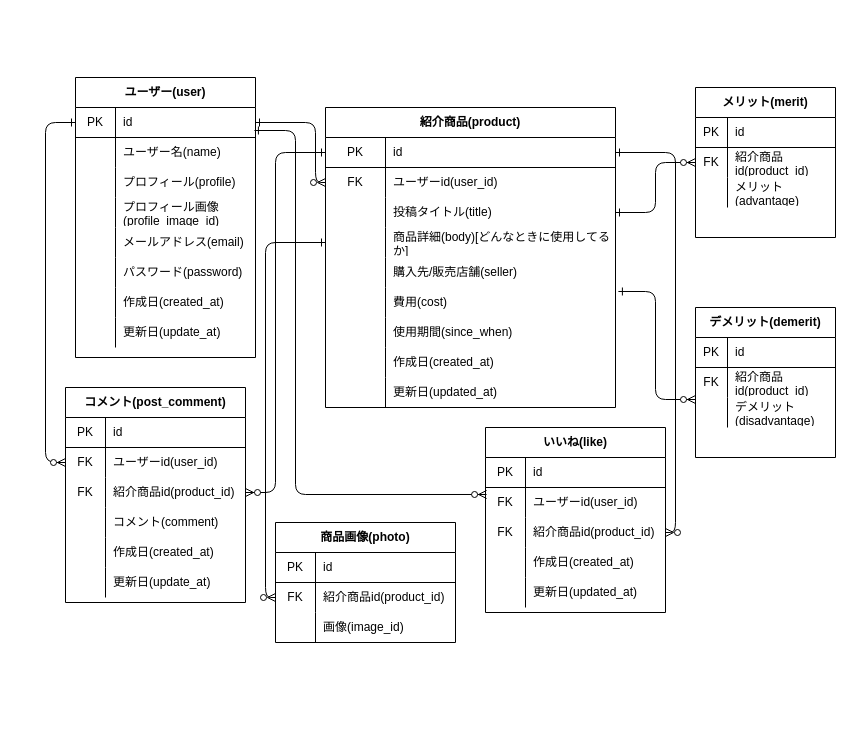
Above: 名称未設定ファイル.drawio in couplee/cake (draw.io), before the change. Source tidied: cells renumbered, new cells numbered last; positions are measured from the earlier drawing's top-left corner, leaving out a move shared by most shapes. Both pictures are drawn from the tidied source at 100%, with x=0, y=0 at pixel (45, 77).
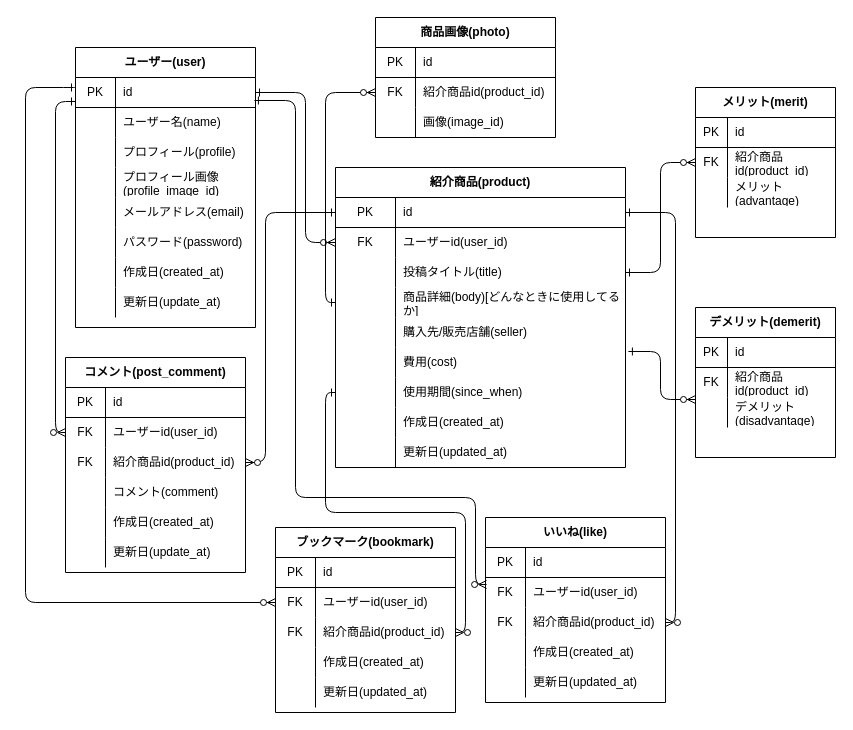
After the change.

Commit message:
名称未設定ファイル.drawio を更新します

The change refers to these unchanged cells:
```xml
<mxCell id="3" style="shape=partialRectangle;html=1;whiteSpace=wrap;fillColor=none;top=0;left=0;bottom=1;right=0;points=[[0,0.5],[1,0.5]];portConstraint=eastwest;" parent="2" vertex="1">
  <mxGeometry y="30" width="180" height="30" as="geometry" />
</mxCell>
<mxCell id="28" style="shape=partialRectangle;html=1;whiteSpace=wrap;fillColor=none;top=0;left=0;bottom=1;right=0;points=[[0,0.5],[1,0.5]];portConstraint=eastwest;" parent="27" vertex="1">
  <mxGeometry y="30" width="290" height="30" as="geometry" />
</mxCell>
<mxCell id="31" style="shape=partialRectangle;html=1;whiteSpace=wrap;fillColor=none;top=0;left=0;bottom=0;right=0;points=[[0,0.5],[1,0.5]];portConstraint=eastwest;" parent="27" vertex="1">
  <mxGeometry y="60" width="290" height="30" as="geometry" />
</mxCell>
<mxCell id="46" style="shape=partialRectangle;html=1;whiteSpace=wrap;fillColor=none;top=0;left=0;bottom=0;right=0;points=[[0,0.5],[1,0.5]];portConstraint=eastwest;" parent="27" vertex="1">
  <mxGeometry y="210" width="290" height="30" as="geometry" />
</mxCell>
<mxCell id="60" style="shape=partialRectangle;html=1;whiteSpace=wrap;fillColor=none;top=0;left=0;bottom=0;right=0;points=[[0,0.5],[1,0.5]];portConstraint=eastwest;" parent="56" vertex="1">
  <mxGeometry y="60" width="180" height="30" as="geometry" />
</mxCell>
<mxCell id="63" style="shape=partialRectangle;html=1;whiteSpace=wrap;fillColor=none;top=0;left=0;bottom=0;right=0;points=[[0,0.5],[1,0.5]];portConstraint=eastwest;" parent="56" vertex="1">
  <mxGeometry y="90" width="180" height="30" as="geometry" />
</mxCell>
<mxCell id="81" style="shape=partialRectangle;html=1;whiteSpace=wrap;fillColor=none;top=0;left=0;bottom=0;right=0;points=[[0,0.5],[1,0.5]];portConstraint=eastwest;" parent="77" vertex="1">
  <mxGeometry y="60" width="180" height="30" as="geometry" />
</mxCell>
```

The edit, as a diff of the source:
```diff
@@
     <mxCell id="2" value="ユーザー(user)" style="shape=table;html=1;whiteSpace=wrap;startSize=30;childLayout=tableLayout;rowLines=0;fontStyle=1;align=center;" parent="1" vertex="1">
-      <mxGeometry x="30" width="180" height="280" as="geometry" />
+      <mxGeometry x="30" y="-30" width="180" height="280" as="geometry" />
     </mxCell>
@@
     <mxCell id="27" value="紹介商品(product)" style="shape=table;html=1;whiteSpace=wrap;startSize=30;childLayout=tableLayout;rowLines=0;fontStyle=1;align=center;" parent="1" vertex="1">
-      <mxGeometry x="280" y="30" width="290" height="300" as="geometry" />
+      <mxGeometry x="290" y="90" width="290" height="300" as="geometry" />
     </mxCell>
@@
     <mxCell id="55" style="endArrow=ERzeroToMany;html=1;exitX=1;exitY=0.5;exitDx=0;exitDy=0;edgeStyle=orthogonalEdgeStyle;startArrow=ERone;startFill=0;endFill=1;" parent="1" edge="1" source="3" target="31">
       <mxGeometry relative="1" as="geometry">
         <Array as="points">
-          <mxPoint x="270" y="45" />
-          <mxPoint x="270" y="105" />
+          <mxPoint x="260" y="15" />
+          <mxPoint x="260" y="165" />
         </Array>
       </mxGeometry>
     </mxCell>
     <mxCell id="56" value="コメント(post_comment)" style="shape=table;html=1;whiteSpace=wrap;startSize=30;childLayout=tableLayout;rowLines=0;fontStyle=1;align=center;" parent="1" vertex="1">
-      <mxGeometry x="20" y="310" width="180" height="215" as="geometry" />
+      <mxGeometry x="20" y="280" width="180" height="215" as="geometry" />
     </mxCell>
@@
-    <mxCell id="75" style="endArrow=ERzeroToMany;html=1;entryX=0;entryY=0.5;entryDx=0;entryDy=0;edgeStyle=orthogonalEdgeStyle;startArrow=ERone;startFill=0;endFill=1;exitX=0;exitY=0.5;exitDx=0;exitDy=0;" parent="1" edge="1" source="3" target="60">
-      <mxGeometry relative="1" as="geometry">
-        <Array as="points">
-          <mxPoint y="45" />
-          <mxPoint y="385" />
-        </Array>
-      </mxGeometry>
+    <mxCell id="75" style="endArrow=ERzeroToMany;html=1;entryX=0;entryY=0.5;entryDx=0;entryDy=0;edgeStyle=orthogonalEdgeStyle;startArrow=ERone;startFill=0;endFill=1;exitX=0;exitY=0.8;exitDx=0;exitDy=0;exitPerimeter=0;" parent="1" edge="1" source="3" target="60">
+      <mxGeometry relative="1" as="geometry" />
     </mxCell>
     <mxCell id="76" style="endArrow=ERzeroToMany;html=1;exitX=0;exitY=0.5;exitDx=0;exitDy=0;entryX=1;entryY=0.5;entryDx=0;entryDy=0;edgeStyle=orthogonalEdgeStyle;startArrow=ERone;startFill=0;endFill=1;" parent="1" edge="1" source="28" target="63">
       <mxGeometry relative="1" as="geometry">
         <Array as="points">
-          <mxPoint x="230" y="75" />
-          <mxPoint x="230" y="415" />
+          <mxPoint x="220" y="135" />
+          <mxPoint x="220" y="385" />
         </Array>
       </mxGeometry>
     </mxCell>
     <mxCell id="77" value="いいね(like)" style="shape=table;html=1;whiteSpace=wrap;startSize=30;childLayout=tableLayout;rowLines=0;fontStyle=1;align=center;" parent="1" vertex="1">
-      <mxGeometry x="440" y="350" width="180" height="185" as="geometry" />
+      <mxGeometry x="440" y="440" width="180" height="185" as="geometry" />
     </mxCell>
@@
     <mxCell id="93" style="endArrow=ERzeroToMany;html=1;exitX=0.994;exitY=0.767;exitDx=0;exitDy=0;exitPerimeter=0;edgeStyle=orthogonalEdgeStyle;startArrow=ERone;startFill=0;endFill=1;entryX=0.006;entryY=0.233;entryDx=0;entryDy=0;entryPerimeter=0;" parent="1" edge="1" source="3" target="81">
       <mxGeometry relative="1" as="geometry">
         <Array as="points">
-          <mxPoint x="250" y="53" />
-          <mxPoint x="250" y="417" />
+          <mxPoint x="250" y="23" />
+          <mxPoint x="250" y="420" />
+          <mxPoint x="430" y="420" />
+          <mxPoint x="430" y="507" />
         </Array>
       </mxGeometry>
     </mxCell>
@@
     <mxCell id="95" value="商品画像(photo)" style="shape=table;html=1;whiteSpace=wrap;startSize=30;childLayout=tableLayout;rowLines=0;fontStyle=1;align=center;" parent="1" vertex="1">
-      <mxGeometry x="230" y="445" width="180" height="120" as="geometry" />
+      <mxGeometry x="330" y="-60" width="180" height="120" as="geometry" />
     </mxCell>
@@
+    <mxCell id="128" value="ブックマーク(bookmark)" style="shape=table;html=1;whiteSpace=wrap;startSize=30;childLayout=tableLayout;rowLines=0;fontStyle=1;align=center;" parent="1" vertex="1">
+      <mxGeometry x="230" y="450" width="180" height="185" as="geometry" />
+    </mxCell>
+    <mxCell id="129" style="shape=partialRectangle;html=1;whiteSpace=wrap;fillColor=none;top=0;left=0;bottom=1;right=0;" parent="128" vertex="1">
+      <mxGeometry y="30" width="180" height="30" as="geometry" />
+    </mxCell>
+    <mxCell id="130" value="PK" style="shape=partialRectangle;html=1;whiteSpace=wrap;fillColor=none;top=0;left=0;bottom=0;right=0;overflow=hidden;" parent="129" vertex="1">
+      <mxGeometry width="40" height="30" as="geometry" />
+    </mxCell>
+    <mxCell id="131" value="id" style="shape=partialRectangle;html=1;whiteSpace=wrap;fillColor=none;top=0;left=0;bottom=0;right=0;align=left;spacingLeft=6;overflow=hidden;" parent="129" vertex="1">
+      <mxGeometry x="40" width="140" height="30" as="geometry" />
+    </mxCell>
+    <mxCell id="132" style="shape=partialRectangle;html=1;whiteSpace=wrap;fillColor=none;top=0;left=0;bottom=0;right=0;points=[[0,0.5],[1,0.5]];portConstraint=eastwest;" parent="128" vertex="1">
+      <mxGeometry y="60" width="180" height="30" as="geometry" />
+    </mxCell>
+    <mxCell id="133" value="FK" style="shape=partialRectangle;html=1;whiteSpace=wrap;fillColor=none;top=0;left=0;bottom=0;right=0;overflow=hidden;" parent="132" vertex="1">
+      <mxGeometry width="40" height="30" as="geometry" />
+    </mxCell>
+    <mxCell id="134" value="ユーザーid(user_id)" style="shape=partialRectangle;html=1;whiteSpace=wrap;fillColor=none;top=0;left=0;bottom=0;right=0;align=left;spacingLeft=6;overflow=hidden;" parent="132" vertex="1">
+      <mxGeometry x="40" width="140" height="30" as="geometry" />
+    </mxCell>
+    <mxCell id="135" style="shape=partialRectangle;html=1;whiteSpace=wrap;fillColor=none;top=0;left=0;bottom=0;right=0;points=[[0,0.5],[1,0.5]];portConstraint=eastwest;" parent="128" vertex="1">
+      <mxGeometry y="90" width="180" height="30" as="geometry" />
+    </mxCell>
+    <mxCell id="136" value="FK" style="shape=partialRectangle;html=1;whiteSpace=wrap;fillColor=none;top=0;left=0;bottom=0;right=0;overflow=hidden;" parent="135" vertex="1">
+      <mxGeometry width="40" height="30" as="geometry" />
+    </mxCell>
+    <mxCell id="137" value="紹介商品id(product_id)" style="shape=partialRectangle;html=1;whiteSpace=wrap;fillColor=none;top=0;left=0;bottom=0;right=0;align=left;spacingLeft=6;overflow=hidden;" parent="135" vertex="1">
+      <mxGeometry x="40" width="140" height="30" as="geometry" />
+    </mxCell>
+    <mxCell id="138" style="shape=partialRectangle;html=1;whiteSpace=wrap;fillColor=none;top=0;left=0;bottom=0;right=0;" parent="128" vertex="1">
+      <mxGeometry y="120" width="180" height="30" as="geometry" />
+    </mxCell>
+    <mxCell id="139" style="shape=partialRectangle;html=1;whiteSpace=wrap;fillColor=none;top=0;left=0;bottom=0;right=0;overflow=hidden;" parent="138" vertex="1">
+      <mxGeometry width="40" height="30" as="geometry" />
+    </mxCell>
+    <mxCell id="140" value="作成日(created_at)" style="shape=partialRectangle;html=1;whiteSpace=wrap;fillColor=none;top=0;left=0;bottom=0;right=0;align=left;spacingLeft=6;overflow=hidden;" parent="138" vertex="1">
+      <mxGeometry x="40" width="140" height="30" as="geometry" />
+    </mxCell>
+    <mxCell id="141" style="shape=partialRectangle;html=1;whiteSpace=wrap;fillColor=none;top=0;left=0;bottom=0;right=0;" parent="128" vertex="1">
+      <mxGeometry y="150" width="180" height="30" as="geometry" />
+    </mxCell>
+    <mxCell id="142" style="shape=partialRectangle;html=1;whiteSpace=wrap;fillColor=none;top=0;left=0;bottom=0;right=0;overflow=hidden;" parent="141" vertex="1">
+      <mxGeometry width="40" height="30" as="geometry" />
+    </mxCell>
+    <mxCell id="143" value="更新日(updated_at)" style="shape=partialRectangle;html=1;whiteSpace=wrap;fillColor=none;top=0;left=0;bottom=0;right=0;align=left;spacingLeft=6;overflow=hidden;" parent="141" vertex="1">
+      <mxGeometry x="40" width="140" height="30" as="geometry" />
+    </mxCell>
+    <mxCell id="144" style="endArrow=ERzeroToMany;html=1;edgeStyle=orthogonalEdgeStyle;startArrow=ERone;startFill=0;endFill=1;entryX=0;entryY=0.5;entryDx=0;entryDy=0;" parent="1" edge="1" target="132">
+      <mxGeometry relative="1" as="geometry">
+        <mxPoint x="30" y="10" as="sourcePoint" />
+        <Array as="points">
+          <mxPoint x="28" y="10" />
+          <mxPoint x="-20" y="10" />
+          <mxPoint x="-20" y="525" />
+        </Array>
+      </mxGeometry>
+    </mxCell>
+    <mxCell id="145" style="endArrow=ERzeroToMany;html=1;exitX=0;exitY=0.5;exitDx=0;exitDy=0;edgeStyle=orthogonalEdgeStyle;startArrow=ERone;startFill=0;endFill=1;entryX=1;entryY=0.5;entryDx=0;entryDy=0;" parent="1" edge="1" source="46" target="135">
+      <mxGeometry relative="1" as="geometry" />
+    </mxCell>
```
